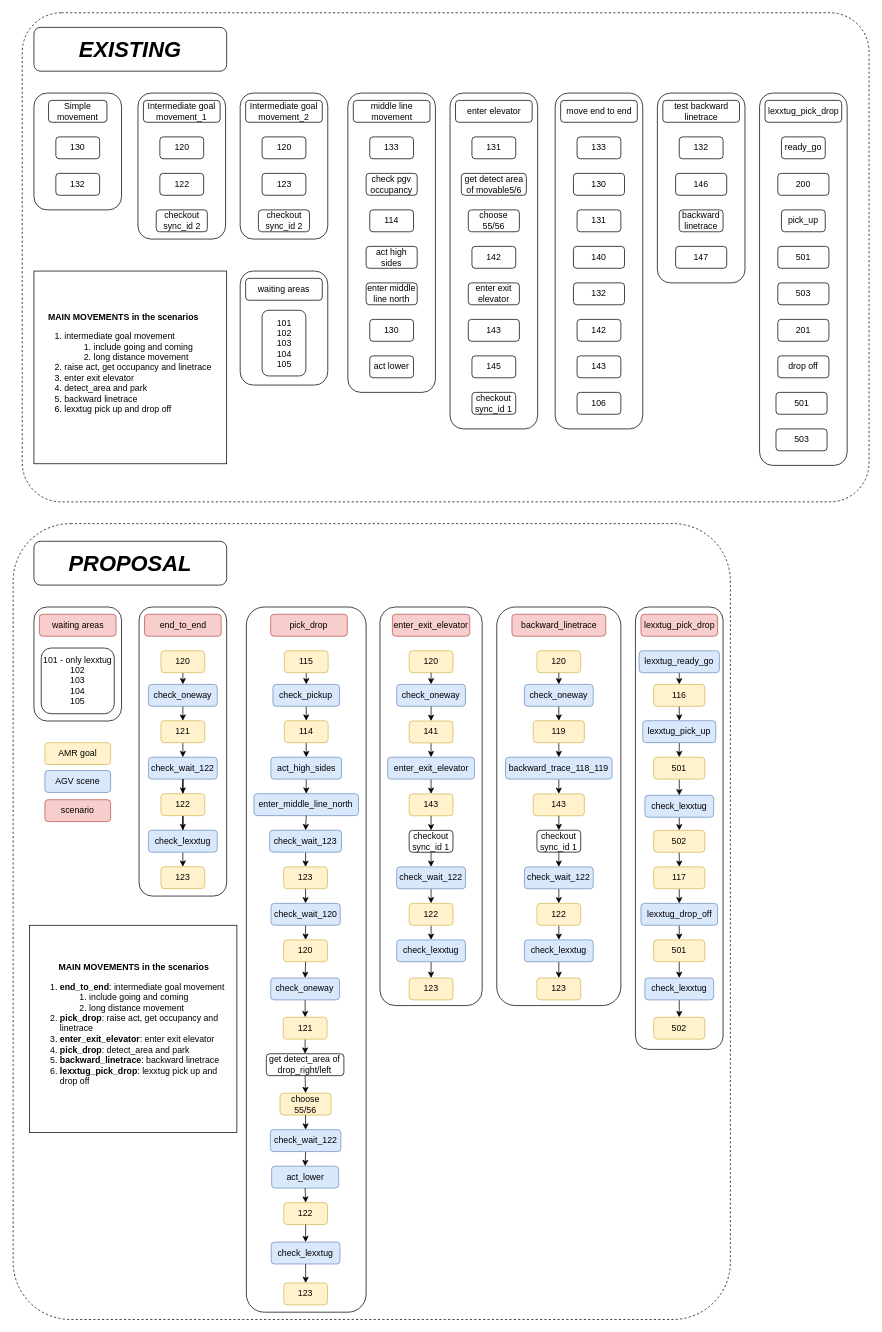
Before: 24hrtest.drawio in sdswoops824/myrepo, a draw.io diagram. Source tidied: cells renumbered, new cells numbered last; positions are measured from the earlier drawing's top-left corner, leaving out a move shared by most shapes. Both pictures are drawn from the tidied source at 73%, with x=0, y=0 at pixel (13, 12).
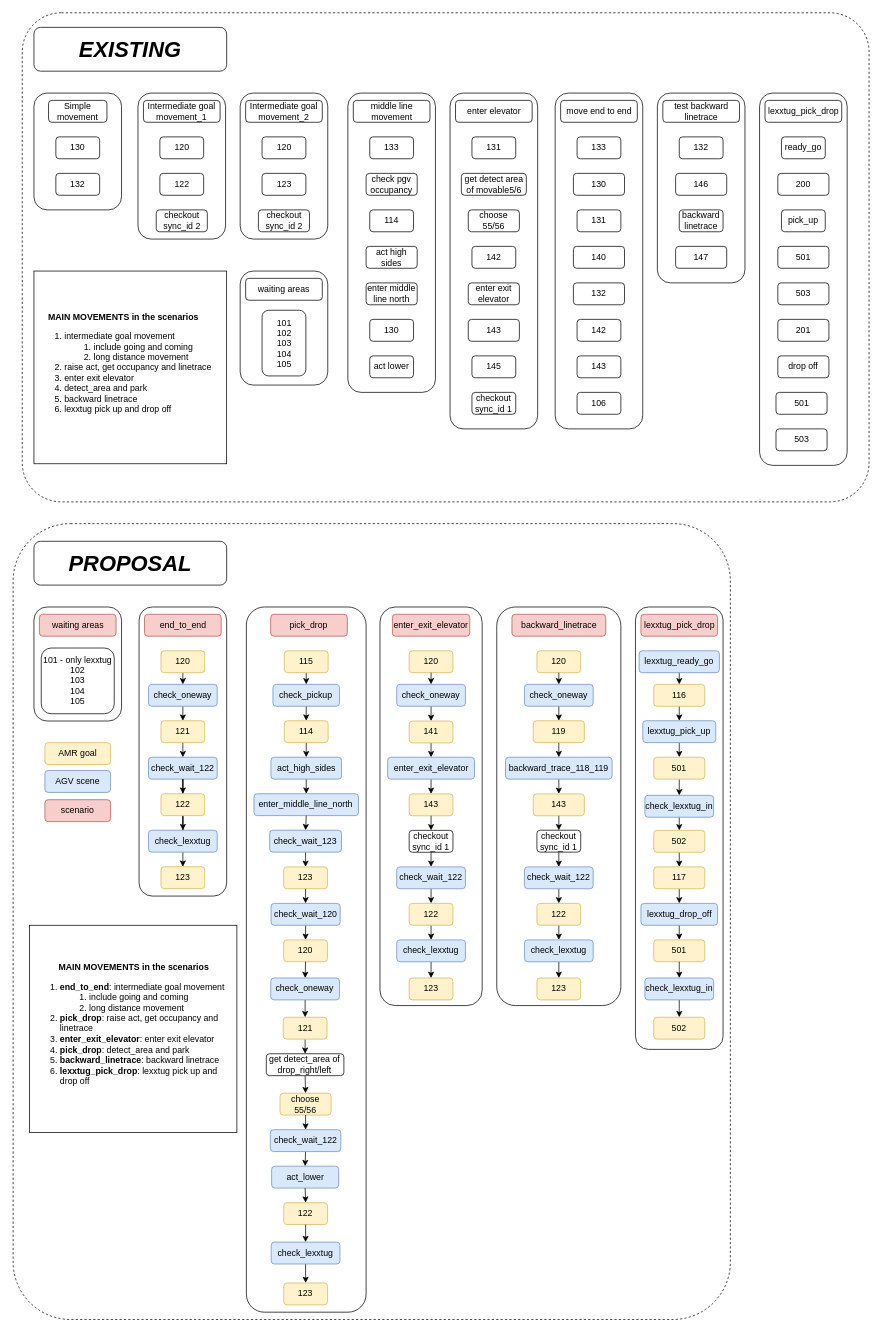
The same page after the edit.

What changed in the source:
```diff
@@
-    <mxCell id="191" value="check_lexxtug" style="rounded=1;whiteSpace=wrap;html=1;fillColor=#dae8fc;strokeColor=#6c8ebf;" parent="1" vertex="1">
+    <mxCell id="191" value="check_lexxtug_in" style="rounded=1;whiteSpace=wrap;html=1;fillColor=#dae8fc;strokeColor=#6c8ebf;" parent="1" vertex="1">
       <mxGeometry x="864.9" y="1072" width="94.2" height="30" as="geometry" />
     </mxCell>
@@
-    <mxCell id="193" value="check_lexxtug" style="rounded=1;whiteSpace=wrap;html=1;fillColor=#dae8fc;strokeColor=#6c8ebf;" parent="1" vertex="1">
+    <mxCell id="193" value="check_lexxtug_in" style="rounded=1;whiteSpace=wrap;html=1;fillColor=#dae8fc;strokeColor=#6c8ebf;" parent="1" vertex="1">
       <mxGeometry x="864.9" y="1322.2" width="94.2" height="30" as="geometry" />
     </mxCell>
```
